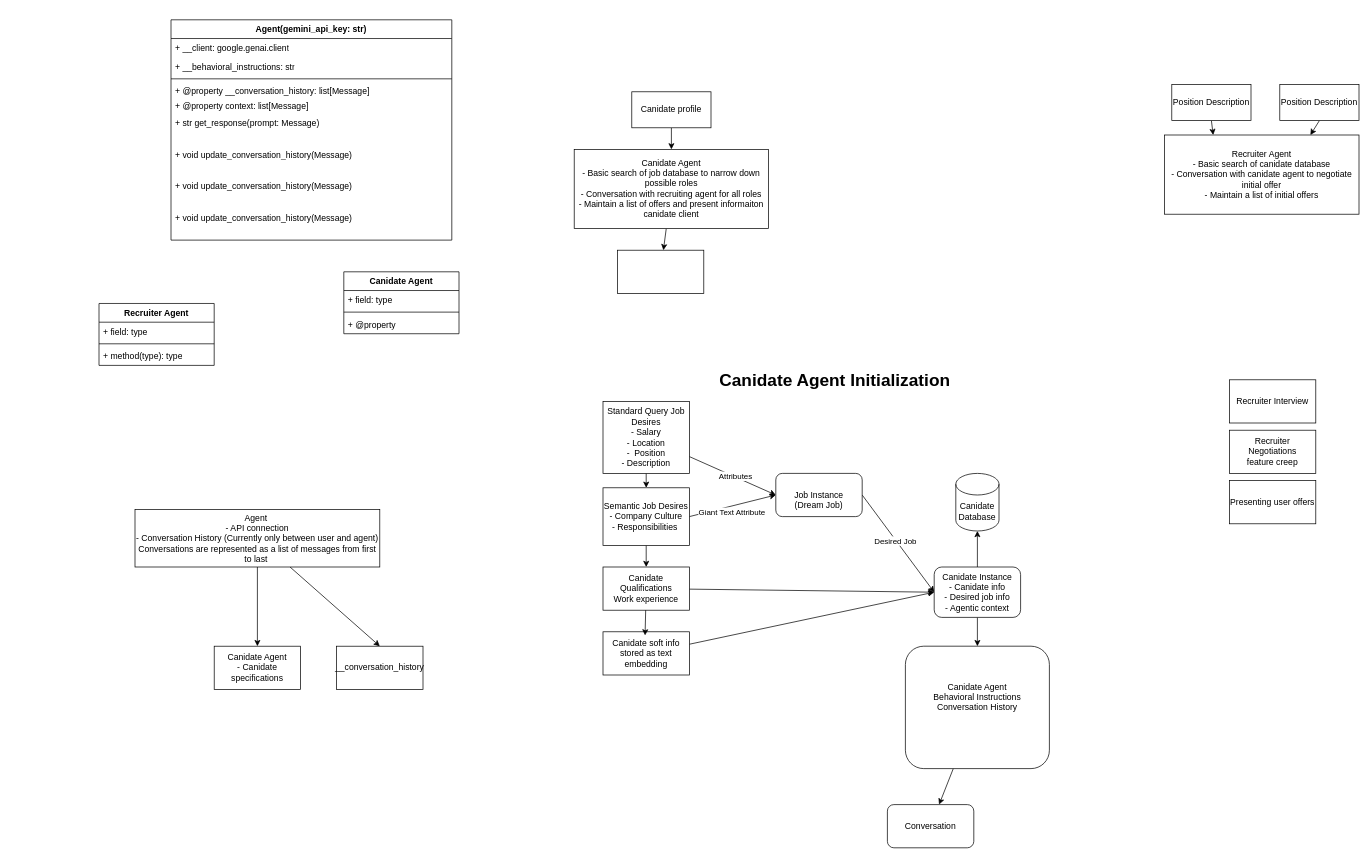
The draw.io diagram docs/OUTLINE.drawio in WilliamRamsey/IAInfoLLM, before the edit. Source tidied: cells renumbered, new cells numbered last; positions are measured from the earlier drawing's top-left corner, leaving out a move shared by most shapes. Both pictures are drawn from the tidied source at 72%, with x=0, y=0 at pixel (99, 19).
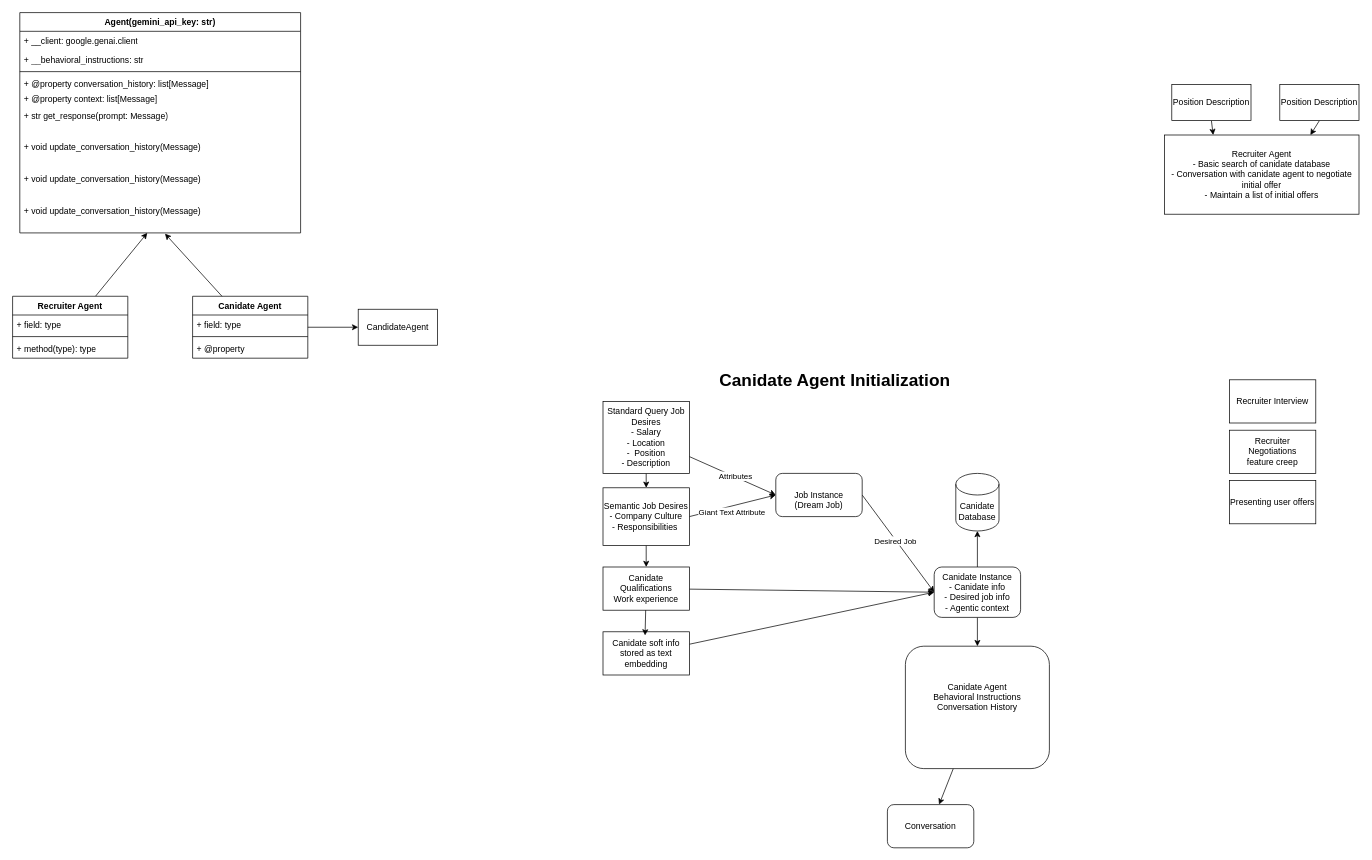
After the change.

Commit message (it also covers changes not shown here):
Client Agent v1 and Agent

Unchanged cells that the change refers to:
```xml
<mxCell id="53" value="+ void update_conversation_history(Message)" style="text;strokeColor=none;fillColor=none;align=left;verticalAlign=top;spacingLeft=4;spacingRight=4;overflow=hidden;points=[[0,0.5],[1,0.5]];portConstraint=eastwest;whiteSpace=wrap;html=1;" parent="44" vertex="1">
  <mxGeometry y="262" width="390" height="44" as="geometry" />
</mxCell>
```

Change to the diagram source:
```diff
@@
-    <mxCell id="2" style="edgeStyle=none;html=1;" parent="1" edge="1" source="3" target="6">
-      <mxGeometry relative="1" as="geometry" />
-    </mxCell>
-    <mxCell id="3" value="Canidate profile" style="whiteSpace=wrap;html=1;" parent="1" vertex="1">
-      <mxGeometry x="740" y="100" width="110" height="50" as="geometry" />
-    </mxCell>
@@
-    <mxCell id="5" style="edgeStyle=none;html=1;" parent="1" edge="1" source="6" target="11">
-      <mxGeometry relative="1" as="geometry" />
-    </mxCell>
-    <mxCell id="6" value="Canidate Agent&lt;div&gt;- Basic search of job database to narrow down possible roles&lt;/div&gt;&lt;div&gt;- Conversation with recruiting agent for all roles&lt;/div&gt;&lt;div&gt;- Maintain a list of offers and present informaiton canidate client&lt;/div&gt;" style="whiteSpace=wrap;html=1;" parent="1" vertex="1">
-      <mxGeometry x="660" y="180" width="270" height="110" as="geometry" />
-    </mxCell>
@@
-    <mxCell id="11" style="whiteSpace=wrap;html=1;" parent="1" vertex="1">
-      <mxGeometry x="720" y="320" width="120" height="60" as="geometry" />
-    </mxCell>
@@
-    <mxCell id="38" style="edgeStyle=none;html=1;exitX=0.5;exitY=1;exitDx=0;exitDy=0;" parent="1" edge="1" source="40" target="41">
-      <mxGeometry relative="1" as="geometry" />
-    </mxCell>
-    <mxCell id="39" style="edgeStyle=none;html=1;entryX=0.5;entryY=0;entryDx=0;entryDy=0;" parent="1" edge="1" source="40" target="42">
-      <mxGeometry relative="1" as="geometry" />
-    </mxCell>
-    <mxCell id="40" value="Agent&amp;nbsp;&lt;div&gt;&lt;span style=&quot;background-color: transparent;&quot;&gt;- API connection&lt;/span&gt;&lt;div&gt;&lt;div&gt;- Conversation History (Currently only between user and agent)&lt;/div&gt;&lt;/div&gt;&lt;/div&gt;&lt;div&gt;Conversations are represented as a list of messages from first to last&amp;nbsp;&lt;/div&gt;" style="whiteSpace=wrap;html=1;" parent="1" vertex="1">
-      <mxGeometry x="50" y="680" width="340" height="80" as="geometry" />
-    </mxCell>
-    <mxCell id="41" value="Canidate Agent&lt;div&gt;- Canidate specifications&lt;/div&gt;" style="whiteSpace=wrap;html=1;" parent="1" vertex="1">
-      <mxGeometry x="160" y="870" width="120" height="60" as="geometry" />
-    </mxCell>
-    <mxCell id="42" value="__conversation_history" style="whiteSpace=wrap;html=1;" parent="1" vertex="1">
-      <mxGeometry x="330" y="870" width="120" height="60" as="geometry" />
-    </mxCell>
@@
     <mxCell id="44" value="Agent(gemini_api_key: str)" style="swimlane;fontStyle=1;align=center;verticalAlign=top;horizontal=1;startSize=26;whiteSpace=wrap;html=1;" parent="1" vertex="1">
-      <mxGeometry x="100" width="390" height="306" as="geometry" />
+      <mxGeometry x="-110" y="-10" width="390" height="306" as="geometry" />
     </mxCell>
@@
-    <mxCell id="48" value="+ @property __conversation_history: list[Message]" style="text;strokeColor=none;fillColor=none;align=left;verticalAlign=top;spacingLeft=4;spacingRight=4;overflow=hidden;whiteSpace=wrap;html=1;" parent="44" vertex="1">
+    <mxCell id="48" value="+ @property conversation_history: list[Message]" style="text;strokeColor=none;fillColor=none;align=left;verticalAlign=top;spacingLeft=4;spacingRight=4;overflow=hidden;whiteSpace=wrap;html=1;" parent="44" vertex="1">
       <mxGeometry y="86" width="390" height="20" as="geometry" />
     </mxCell>
@@
+    <mxCell id="62" style="edgeStyle=none;html=1;" parent="1" edge="1" source="54" target="53">
+      <mxGeometry relative="1" as="geometry" />
+    </mxCell>
     <mxCell id="54" value="Recruiter Agent&lt;div&gt;&lt;br&gt;&lt;/div&gt;" style="swimlane;fontStyle=1;align=center;verticalAlign=top;horizontal=1;startSize=26;whiteSpace=wrap;html=1;" parent="1" vertex="1">
-      <mxGeometry y="394" width="160" height="86" as="geometry" />
+      <mxGeometry x="-120" y="384" width="160" height="86" as="geometry" />
     </mxCell>
@@
+    <mxCell id="63" style="edgeStyle=none;html=1;exitX=1;exitY=0.5;exitDx=0;exitDy=0;entryX=0;entryY=0.5;entryDx=0;entryDy=0;" parent="1" edge="1" source="58" target="65">
+      <mxGeometry relative="1" as="geometry" />
+    </mxCell>
     <mxCell id="58" value="Canidate Agent" style="swimlane;fontStyle=1;align=center;verticalAlign=top;horizontal=1;startSize=26;whiteSpace=wrap;html=1;" parent="1" vertex="1">
-      <mxGeometry x="340" y="350" width="160" height="86" as="geometry" />
+      <mxGeometry x="130" y="384" width="160" height="86" as="geometry" />
     </mxCell>
@@
+    <mxCell id="64" style="edgeStyle=none;html=1;entryX=0.517;entryY=1.024;entryDx=0;entryDy=0;entryPerimeter=0;" parent="1" edge="1" source="58" target="53">
+      <mxGeometry relative="1" as="geometry" />
+    </mxCell>
+    <mxCell id="65" value="CandidateAgent" style="html=1;whiteSpace=wrap;" parent="1" vertex="1">
+      <mxGeometry x="360" y="402" width="110" height="50" as="geometry" />
+    </mxCell>
```
